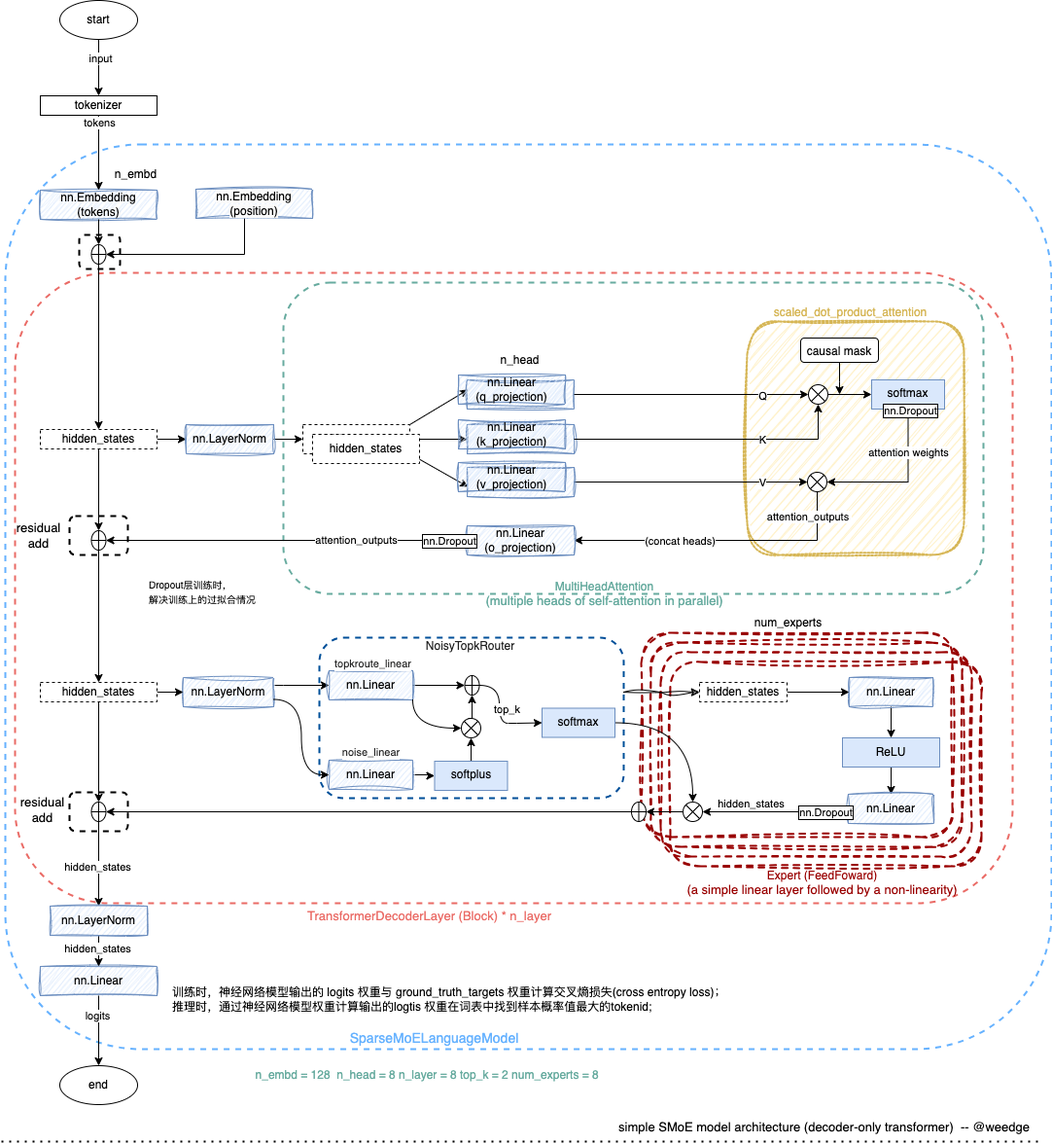
The draw.io diagram docs/simple-moe.drawio.png in ai-bot-pro/baby-llm, before a commit. Source tidied: cells renumbered, new cells last; positions are measured from the earlier drawing's top-left corner, leaving out a move shared by most shapes.
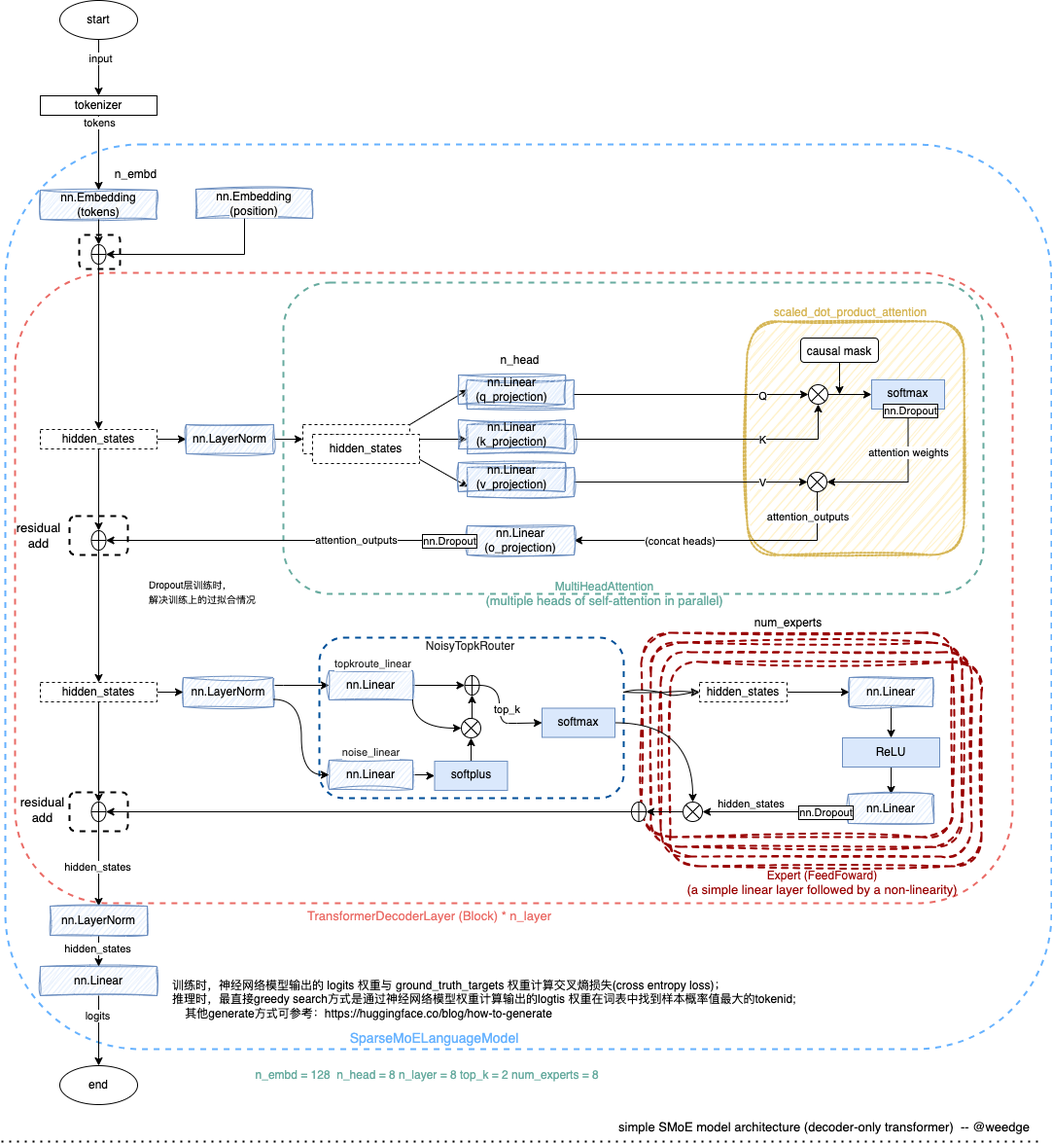
After the commit.

The edit, as a diff of the source:
```diff
@@ -327,8 +327,8 @@
     <mxCell id="94" value="&lt;font style=&quot;font-size: 13px;&quot;&gt;simple SMoE model architecture (decoder-only transformer)&amp;nbsp; -- @weedge&lt;/font&gt;" style="text;html=1;align=center;verticalAlign=middle;strokeColor=none;fillColor=none;" parent="1" vertex="1">
       <mxGeometry x="621" y="1143" width="450" height="30" as="geometry" />
     </mxCell>
-    <mxCell id="95" value="训练时，神经网络模型输出的 logits 权重与 ground_truth_targets 权重计算交叉熵损失(cross entropy loss)；&lt;br&gt;推理时，通过神经网络模型权重计算输出的logtis 权重在词表中找到样本概率值最大的tokenid;" style="text;html=1;align=left;verticalAlign=middle;strokeColor=none;fillColor=none;" parent="1" vertex="1">
-      <mxGeometry x="174" y="1007" width="590" height="40" as="geometry" />
+    <mxCell id="95" value="训练时，神经网络模型输出的 logits 权重与 ground_truth_targets 权重计算交叉熵损失(cross entropy loss)；&lt;br&gt;推理时，最直接greedy search方式是通过神经网络模型权重计算输出的logtis 权重在词表中找到样本概率值最大的tokenid;&lt;br&gt;&lt;span style=&quot;&quot;&gt;&lt;span style=&quot;white-space: pre;&quot;&gt;&amp;nbsp;&amp;nbsp;&amp;nbsp;&amp;nbsp;其他generate方式可&lt;/span&gt;&lt;/span&gt;参考：https://huggingface.co/blog/how-to-generate" style="text;html=1;align=left;verticalAlign=middle;strokeColor=none;fillColor=none;" parent="1" vertex="1">
+      <mxGeometry x="174" y="997" width="660" height="60" as="geometry" />
     </mxCell>
     <mxCell id="96" value="nn.Dropout" style="edgeLabel;html=1;align=center;verticalAlign=middle;fontStyle=0;labelBorderColor=default;" parent="1" vertex="1">
       <mxGeometry x="460" y="555" as="geometry" />
```
